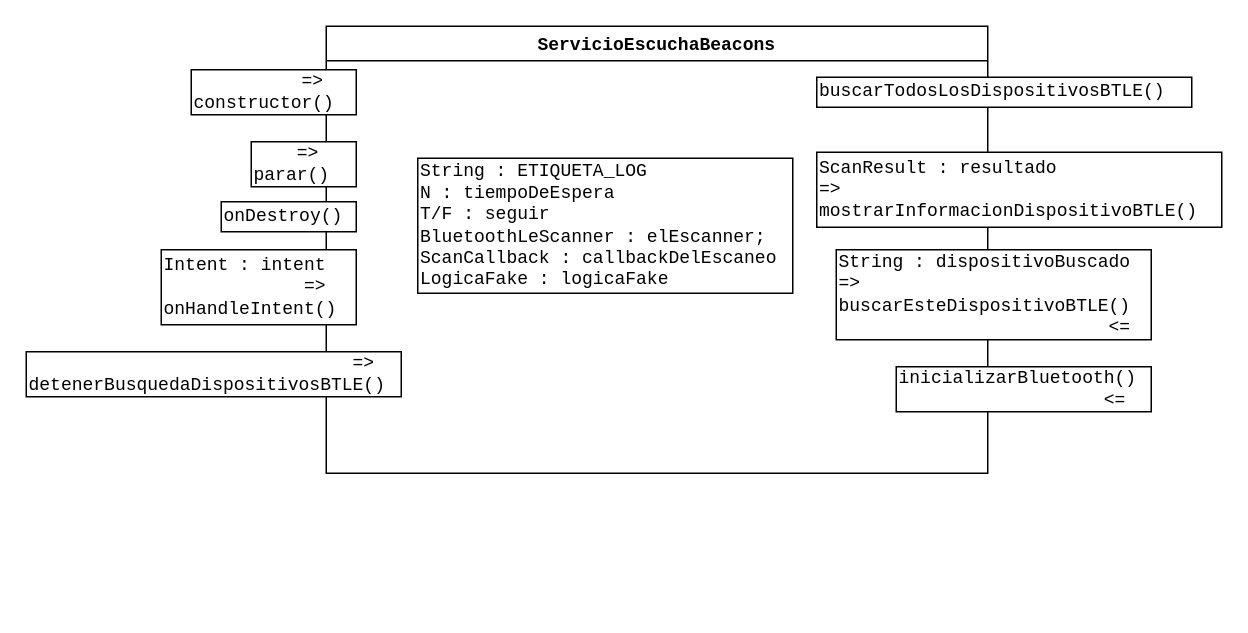
Earlier version of the draw.io diagram page "ServicioEscucharBeacons" (1 of 8) of doc/Diseños/DiseñosAndroid.drawio (pdepau/TerrenoEco_Android). Source tidied: cells renumbered, new cells numbered last; positions are measured from the earlier drawing's top-left corner, leaving out a move shared by most shapes. Both pictures are drawn from the tidied source at 150%, with x=0, y=0 at pixel (26, 26).
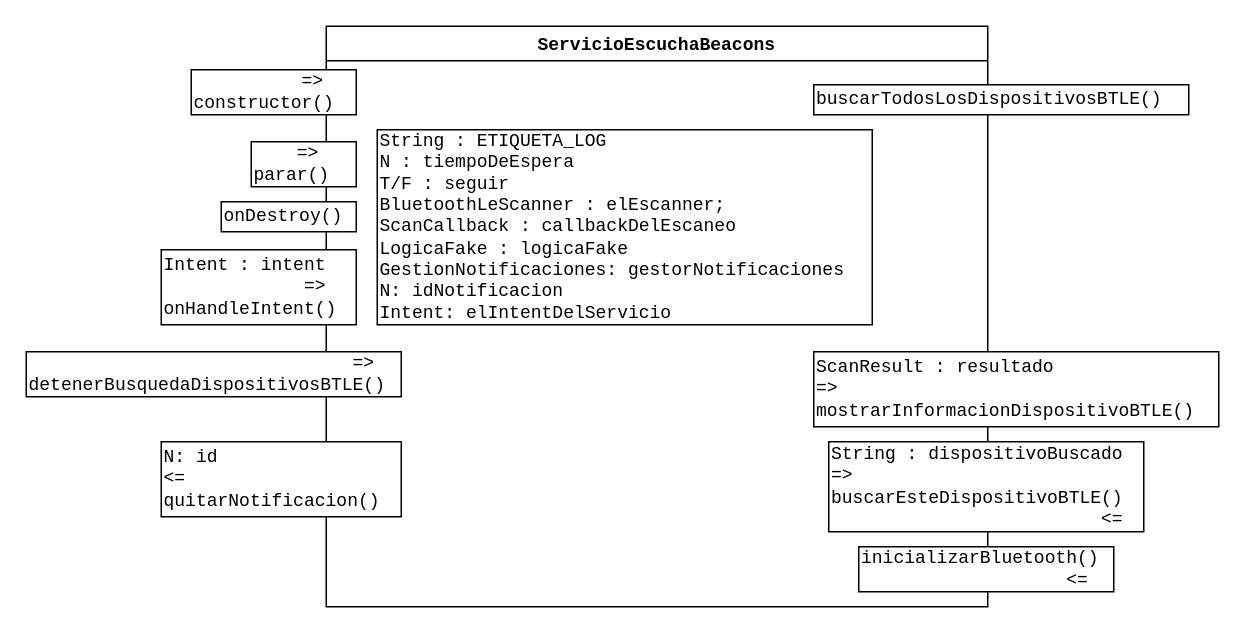
After the change.

Diff of the diagram source:
```diff
@@
 <mxGraphModel>
   <root>
     <mxCell id="0" />
     <mxCell id="1" parent="0" />
     <mxCell id="2" value="ServicioEscuchaBeacons" style="swimlane;fontFamily=Courier New;" parent="1" vertex="1">
-      <mxGeometry x="200" width="441" height="298" as="geometry" />
+      <mxGeometry x="200" width="441" height="387" as="geometry" />
     </mxCell>
-    <mxCell id="3" value="String : ETIQUETA_LOG&lt;br&gt;N : tiempoDeEspera&lt;br&gt;T/F : seguir&lt;br&gt;&lt;div&gt;BluetoothLeScanner : elEscanner;&lt;/div&gt;&lt;div&gt;ScanCallback : callbackDelEscaneo&lt;br&gt;&lt;/div&gt;&lt;div&gt;LogicaFake : logicaFake&lt;/div&gt;" style="rounded=0;whiteSpace=wrap;html=1;fontFamily=Courier New;align=left;" parent="2" vertex="1">
-      <mxGeometry x="61" y="88" width="250" height="90" as="geometry" />
+    <mxCell id="3" value="String : ETIQUETA_LOG&lt;br&gt;N : tiempoDeEspera&lt;br&gt;T/F : seguir&lt;br&gt;&lt;div&gt;BluetoothLeScanner : elEscanner;&lt;/div&gt;&lt;div&gt;ScanCallback : callbackDelEscaneo&lt;br&gt;&lt;/div&gt;&lt;div&gt;LogicaFake : logicaFake&lt;/div&gt;&lt;div&gt;GestionNotificaciones: gestorNotificaciones&lt;/div&gt;&lt;div&gt;N: idNotificacion&lt;/div&gt;&lt;div&gt;Intent: elIntentDelServicio&lt;/div&gt;" style="rounded=0;whiteSpace=wrap;html=1;fontFamily=Courier New;align=left;" parent="2" vertex="1">
+      <mxGeometry x="34" y="69" width="330" height="130" as="geometry" />
     </mxCell>
     <mxCell id="4" value="&lt;span style=&quot;white-space: pre&quot;&gt;&#9;&lt;/span&gt;&amp;nbsp; =&amp;gt;&lt;br&gt;constructor()" style="rounded=0;whiteSpace=wrap;html=1;fontFamily=Courier New;align=left;" parent="1" vertex="1">
       <mxGeometry x="110" y="29" width="110" height="30" as="geometry" />
     </mxCell>
     <mxCell id="5" value="onDestroy()" style="rounded=0;whiteSpace=wrap;html=1;fontFamily=Courier New;align=left;" parent="1" vertex="1">
       <mxGeometry x="130" y="117" width="90" height="20" as="geometry" />
     </mxCell>
     <mxCell id="6" value="ScanResult : resultado&lt;br&gt;=&amp;gt;&lt;br&gt;mostrarInformacionDispositivoBTLE()" style="rounded=0;whiteSpace=wrap;html=1;fontFamily=Courier New;align=left;" parent="1" vertex="1">
-      <mxGeometry x="527" y="84" width="270" height="50" as="geometry" />
+      <mxGeometry x="525" y="217" width="270" height="50" as="geometry" />
     </mxCell>
     <mxCell id="7" value="String : dispositivoBuscado&lt;br&gt;=&amp;gt;&lt;br&gt;buscarEsteDispositivoBTLE()&lt;br&gt;&amp;nbsp;&amp;nbsp;&lt;span style=&quot;white-space: pre&quot;&gt;&#9;&lt;/span&gt;&lt;span style=&quot;white-space: pre&quot;&gt;&#9;&lt;/span&gt;&amp;nbsp; &amp;nbsp; &amp;nbsp; &amp;nbsp;&lt;span&gt;&amp;nbsp;&lt;/span&gt;&amp;nbsp;&amp;lt;=&lt;br&gt;" style="rounded=0;whiteSpace=wrap;html=1;fontFamily=Courier New;align=left;" parent="1" vertex="1">
-      <mxGeometry x="540" y="149" width="210" height="60" as="geometry" />
+      <mxGeometry x="535" y="277" width="210" height="60" as="geometry" />
     </mxCell>
     <mxCell id="8" value="&lt;span style=&quot;white-space: pre&quot;&gt;&#9;&lt;/span&gt;&lt;span style=&quot;white-space: pre&quot;&gt;&#9;&lt;/span&gt;&lt;span style=&quot;white-space: pre&quot;&gt;&#9;&lt;/span&gt;&amp;nbsp; &amp;nbsp; &amp;nbsp; =&amp;gt;&lt;br&gt;detenerBusquedaDispositivosBTLE()" style="rounded=0;whiteSpace=wrap;html=1;fontFamily=Courier New;align=left;" parent="1" vertex="1">
       <mxGeometry y="217" width="250" height="30" as="geometry" />
     </mxCell>
     <mxCell id="9" value="buscarTodosLosDispositivosBTLE()" style="rounded=0;whiteSpace=wrap;html=1;fontFamily=Courier New;align=left;" parent="1" vertex="1">
-      <mxGeometry x="527" y="34" width="250" height="20" as="geometry" />
+      <mxGeometry x="525" y="39" width="250" height="20" as="geometry" />
     </mxCell>
     <mxCell id="10" value="&amp;nbsp; &amp;nbsp; =&amp;gt;&lt;br&gt;parar()" style="rounded=0;whiteSpace=wrap;html=1;fontFamily=Courier New;align=left;" parent="1" vertex="1">
       <mxGeometry x="150" y="77" width="70" height="30" as="geometry" />
     </mxCell>
     <mxCell id="11" value="Intent : intent&lt;br&gt;&lt;span style=&quot;white-space: pre&quot;&gt;&#9;&lt;/span&gt;&amp;nbsp; &amp;nbsp; &amp;nbsp;=&amp;gt;&lt;br&gt;onHandleIntent()" style="rounded=0;whiteSpace=wrap;html=1;fontFamily=Courier New;align=left;" parent="1" vertex="1">
       <mxGeometry x="90" y="149" width="130" height="50" as="geometry" />
     </mxCell>
     <mxCell id="12" value="inicializarBluetooth()&lt;br&gt;&lt;span style=&quot;white-space: pre&quot;&gt;&#9;&lt;/span&gt;&lt;span style=&quot;white-space: pre&quot;&gt;&#9;&lt;/span&gt;&amp;nbsp; &amp;nbsp;&amp;lt;=" style="rounded=0;whiteSpace=wrap;html=1;fontFamily=Courier New;align=left;" parent="1" vertex="1">
-      <mxGeometry x="580" y="227" width="170" height="30" as="geometry" />
+      <mxGeometry x="555" y="347" width="170" height="30" as="geometry" />
     </mxCell>
+    <mxCell id="13" value="N: id&lt;br&gt;&amp;lt;=&lt;br&gt;quitarNotificacion()" style="whiteSpace=wrap;html=1;shadow=0;rounded=0;glass=0;sketch=0;align=left;fillColor=default;imageAspect=1;imageWidth=0;imageHeight=0;arcSize=12;fontFamily=Courier New;" parent="1" vertex="1">
+      <mxGeometry x="90" y="277" width="160" height="50" as="geometry" />
+    </mxCell>
   </root>
 </mxGraphModel>
```
